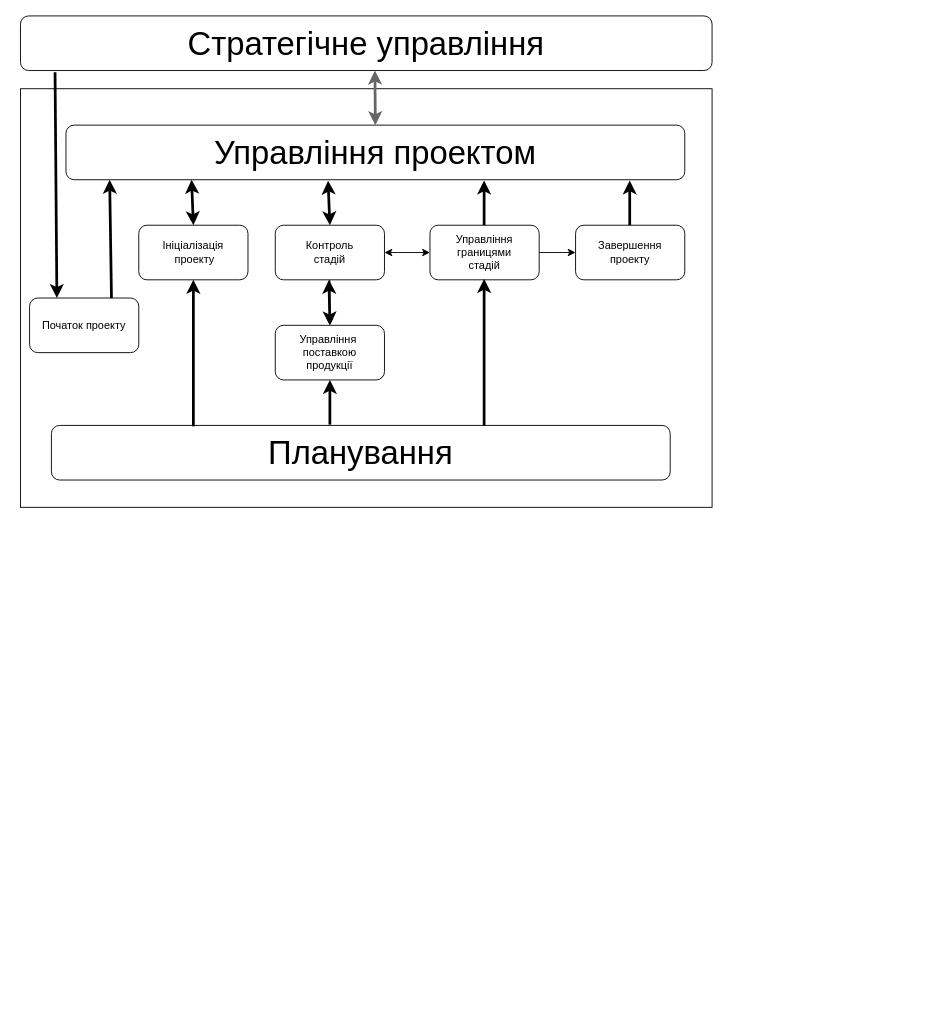
This is PRINCE2.drawio from dream-interactive/atlas.accessories, a draw.io file, before an edit. Source tidied: cells renumbered, new cells numbered last; positions are measured from the earlier drawing's top-left corner, leaving out a move shared by most shapes. Both pictures are drawn from the tidied source at 91%, with x=0, y=0 at pixel (20, 15).
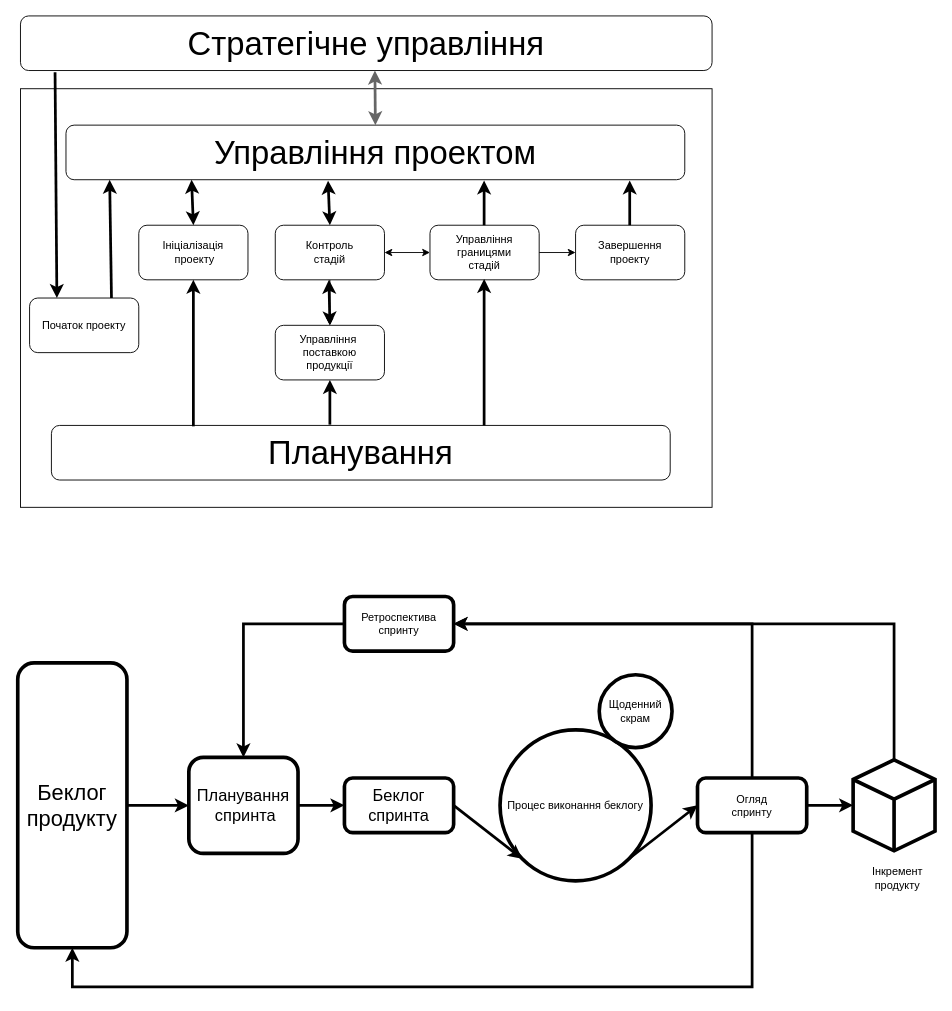
The same page after the edit.

The edit, as a diff of the source:
```diff
@@
+    <mxCell id="26" style="edgeStyle=orthogonalEdgeStyle;rounded=0;jettySize=auto;html=1;exitX=1;exitY=0.5;exitDx=0;exitDy=0;startArrow=none;startFill=0;strokeWidth=3;" parent="1" edge="1" source="27" target="29">
+      <mxGeometry relative="1" as="geometry" />
+    </mxCell>
+    <mxCell id="27" value="&lt;font style=&quot;font-size: 24px&quot;&gt;Беклог&lt;br&gt;продукту&lt;/font&gt;" style="rounded=1;whiteSpace=wrap;html=1;strokeWidth=4;" parent="1" vertex="1">
+      <mxGeometry x="-3" y="711" width="120" height="313" as="geometry" />
+    </mxCell>
+    <mxCell id="28" style="edgeStyle=orthogonalEdgeStyle;rounded=0;jettySize=auto;html=1;exitX=1;exitY=0.5;exitDx=0;exitDy=0;entryX=0;entryY=0.5;entryDx=0;entryDy=0;startArrow=none;startFill=0;strokeWidth=3;" parent="1" edge="1" source="29" target="30">
+      <mxGeometry relative="1" as="geometry" />
+    </mxCell>
+    <mxCell id="29" value="&lt;font style=&quot;font-size: 18px&quot;&gt;Планування&lt;br&gt;&amp;nbsp;спринта&lt;/font&gt;" style="rounded=1;whiteSpace=wrap;html=1;strokeWidth=4;" parent="1" vertex="1">
+      <mxGeometry x="185" y="814.8" width="120" height="105.5" as="geometry" />
+    </mxCell>
+    <mxCell id="30" value="&lt;font style=&quot;font-size: 18px&quot;&gt;Беклог&lt;br&gt;спринта&lt;/font&gt;" style="rounded=1;whiteSpace=wrap;html=1;strokeWidth=4;" parent="1" vertex="1">
+      <mxGeometry x="356" y="837.5" width="120" height="60" as="geometry" />
+    </mxCell>
+    <mxCell id="31" value="Процес виконання беклогу" style="ellipse;whiteSpace=wrap;html=1;rounded=0;strokeWidth=4;" parent="1" vertex="1">
+      <mxGeometry x="527" y="784.5" width="166" height="166" as="geometry" />
+    </mxCell>
+    <mxCell id="32" value="Щоденний&lt;br&gt;скрам" style="ellipse;whiteSpace=wrap;html=1;rounded=0;strokeWidth=4;" parent="1" vertex="1">
+      <mxGeometry x="636" y="724" width="80" height="80" as="geometry" />
+    </mxCell>
+    <mxCell id="33" style="endArrow=classic;html=1;strokeWidth=3;entryX=0;entryY=1;entryDx=0;entryDy=0;exitX=1;exitY=0.5;exitDx=0;exitDy=0;" parent="1" edge="1" source="30" target="31">
+      <mxGeometry relative="1" as="geometry" />
+    </mxCell>
+    <mxCell id="34" style="edgeStyle=orthogonalEdgeStyle;rounded=0;jettySize=auto;html=1;startArrow=none;startFill=0;strokeWidth=3;" parent="1" edge="1" source="37" target="40">
+      <mxGeometry relative="1" as="geometry" />
+    </mxCell>
+    <mxCell id="35" style="edgeStyle=orthogonalEdgeStyle;rounded=0;jettySize=auto;html=1;exitX=0.5;exitY=1;exitDx=0;exitDy=0;entryX=0.5;entryY=1;entryDx=0;entryDy=0;startArrow=none;startFill=0;strokeWidth=3;" parent="1" edge="1" source="37" target="27">
+      <mxGeometry relative="1" as="geometry">
+        <Array as="points">
+          <mxPoint x="804" y="1067" />
+          <mxPoint x="57" y="1067" />
+        </Array>
+      </mxGeometry>
+    </mxCell>
+    <mxCell id="36" style="edgeStyle=orthogonalEdgeStyle;rounded=0;jettySize=auto;html=1;exitX=0.5;exitY=0;exitDx=0;exitDy=0;entryX=1;entryY=0.5;entryDx=0;entryDy=0;startArrow=none;startFill=0;strokeWidth=3;" parent="1" edge="1" source="37" target="43">
+      <mxGeometry relative="1" as="geometry" />
+    </mxCell>
+    <mxCell id="37" value="Огляд&lt;br&gt;спринту" style="rounded=1;whiteSpace=wrap;html=1;strokeWidth=4;" parent="1" vertex="1">
+      <mxGeometry x="744" y="837.5" width="120" height="60" as="geometry" />
+    </mxCell>
+    <mxCell id="38" style="endArrow=classic;html=1;strokeWidth=3;exitX=1;exitY=1;exitDx=0;exitDy=0;entryX=0;entryY=0.5;entryDx=0;entryDy=0;" parent="1" edge="1" source="31" target="37">
+      <mxGeometry relative="1" as="geometry" />
+    </mxCell>
+    <mxCell id="39" style="edgeStyle=orthogonalEdgeStyle;rounded=0;jettySize=auto;html=1;exitX=0.5;exitY=0;exitDx=0;exitDy=0;exitPerimeter=0;startArrow=none;startFill=0;strokeWidth=3;entryX=1;entryY=0.5;entryDx=0;entryDy=0;" parent="1" edge="1" source="40" target="43">
+      <mxGeometry relative="1" as="geometry" />
+    </mxCell>
+    <mxCell id="40" style="html=1;whiteSpace=wrap;shape=isoCube2;backgroundOutline=1;isoAngle=15;rounded=0;strokeWidth=4;" parent="1" vertex="1">
+      <mxGeometry x="915" y="817.5" width="90" height="100" as="geometry" />
+    </mxCell>
+    <mxCell id="41" value="Інкремент продукту" style="text;html=1;strokeColor=none;fillColor=none;align=center;verticalAlign=middle;whiteSpace=wrap;rounded=0;" parent="1" vertex="1">
+      <mxGeometry x="944" y="938" width="40" height="20" as="geometry" />
+    </mxCell>
+    <mxCell id="42" style="edgeStyle=orthogonalEdgeStyle;rounded=0;jettySize=auto;html=1;exitX=0;exitY=0.5;exitDx=0;exitDy=0;startArrow=none;startFill=0;strokeWidth=3;" parent="1" edge="1" source="43" target="29">
+      <mxGeometry relative="1" as="geometry" />
+    </mxCell>
+    <mxCell id="43" value="Ретроспектива&lt;br&gt;спринту" style="rounded=1;whiteSpace=wrap;html=1;strokeWidth=4;" parent="1" vertex="1">
+      <mxGeometry x="356" y="638" width="120" height="60" as="geometry" />
+    </mxCell>
```
